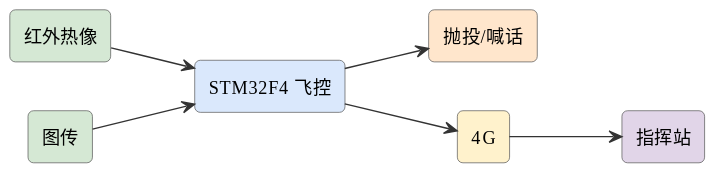
Earlier version of the PlantUML export assets/diagrams/ideas-fig94.svg (mingyi0818/IntelligentMcuCourse).
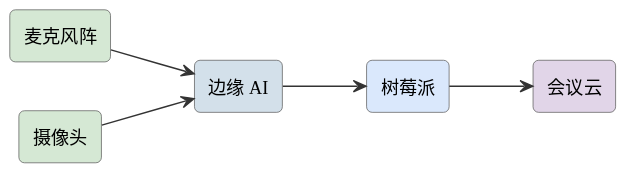
After the change.

The edit, as a diff of the source:
```diff
@@ -6,15 +6,13 @@
 skinparam arrowFontSize 11
 skinparam arrowColor #333
 left to right direction
-rectangle "STM32F4 飞控" as fc #dae8fc
-rectangle "红外热像" as ir #d5e8d4
-rectangle "图传" as cam #d5e8d4
-rectangle "抛投/喊话" as drop #ffe6cc
-rectangle "4G" as g #fff2cc
-rectangle "指挥站" as gs #e1d5e8
-ir --> fc
-cam --> fc
-fc --> drop
-fc --> g
-g --> gs
+rectangle "麦克风阵" as mic #d5e8d4
+rectangle "摄像头" as cam #d5e8d4
+rectangle "边缘 AI" as ai #d3e0ea
+rectangle "树莓派" as pi #dae8fc
+rectangle "会议云" as cloud #e1d5e8
+mic --> ai
+cam --> ai
+ai --> pi
+pi --> cloud
 @enduml
```
